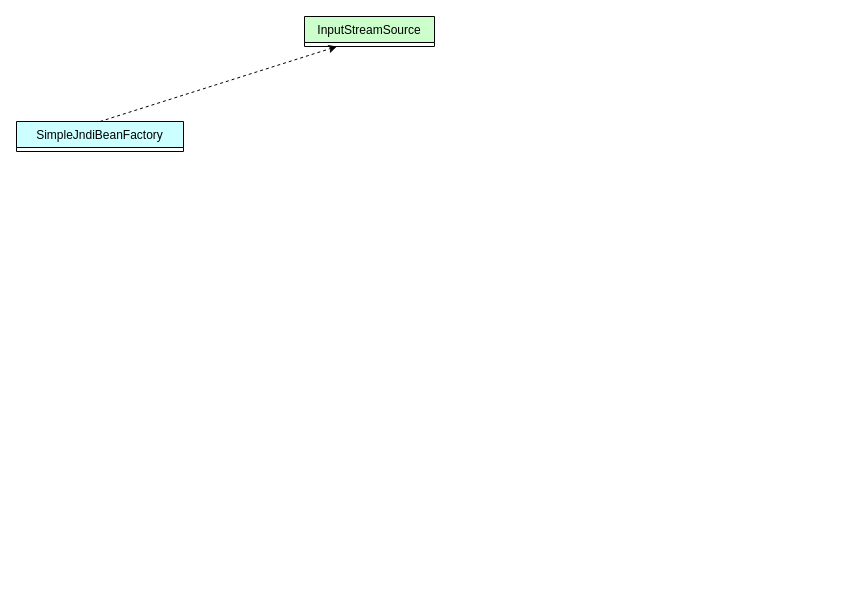
MuggleStar/draw_io keeps this draw.io diagram as spring/BeanFactory.drawio. Above is the earlier version. Source tidied: cells renumbered, new cells numbered last; positions are measured from the earlier drawing's top-left corner, leaving out a move shared by most shapes. Both pictures are drawn from the tidied source at 100%, with x=0, y=0 at pixel (16, 16).
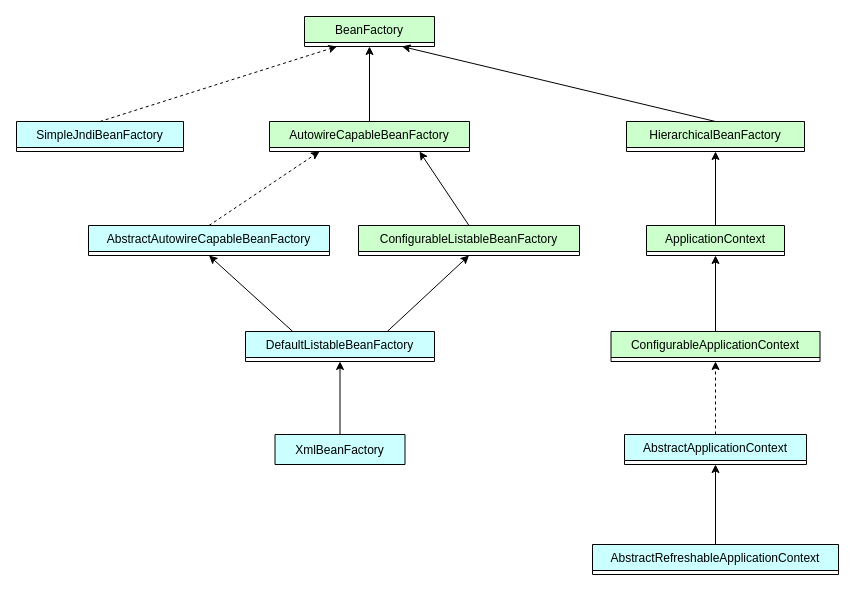
After the change.

What changed in the source:
```diff
@@
-    <mxCell id="2" value="InputStreamSource" style="swimlane;fontStyle=0;horizontal=1;startSize=26;fillColor=#CCFFCC;direction=east;strokeColor=default;swimlaneLine=1;glass=0;rounded=0;shadow=0;" parent="1" vertex="1" collapsed="1">
+    <mxCell id="2" value="BeanFactory" style="swimlane;fontStyle=0;horizontal=1;startSize=26;fillColor=#CCFFCC;direction=east;strokeColor=default;swimlaneLine=1;glass=0;rounded=0;shadow=0;" parent="1" vertex="1" collapsed="1">
       <mxGeometry x="288" width="130" height="30" as="geometry" />
     </mxCell>
+    <mxCell id="5" value="AbstractApplicationContext" style="swimlane;fontStyle=0;horizontal=1;startSize=26;fillColor=#CCFFFF;direction=east;strokeColor=default;swimlaneLine=1;glass=0;rounded=0;shadow=0;" parent="1" vertex="1" collapsed="1">
+      <mxGeometry x="608" y="418" width="182" height="30" as="geometry" />
+    </mxCell>
+    <mxCell id="6" value="AutowireCapableBeanFactory" style="swimlane;fontStyle=0;horizontal=1;startSize=26;fillColor=#CCFFCC;direction=east;strokeColor=default;swimlaneLine=1;glass=0;rounded=0;shadow=0;" parent="1" vertex="1" collapsed="1">
+      <mxGeometry x="253" y="105" width="200" height="30" as="geometry" />
+    </mxCell>
+    <mxCell id="7" value="HierarchicalBeanFactory" style="swimlane;fontStyle=0;horizontal=1;startSize=26;fillColor=#CCFFCC;direction=east;strokeColor=default;swimlaneLine=1;glass=0;rounded=0;shadow=0;" parent="1" vertex="1" collapsed="1">
+      <mxGeometry x="610" y="105" width="178" height="30" as="geometry" />
+    </mxCell>
+    <mxCell id="8" value="ApplicationContext" style="swimlane;fontStyle=0;horizontal=1;startSize=26;fillColor=#CCFFCC;direction=east;strokeColor=default;swimlaneLine=1;glass=0;rounded=0;shadow=0;" parent="1" vertex="1" collapsed="1">
+      <mxGeometry x="630" y="209" width="138" height="30" as="geometry" />
+    </mxCell>
+    <mxCell id="9" value="ConfigurableApplicationContext" style="swimlane;fontStyle=0;horizontal=1;startSize=26;fillColor=#CCFFCC;direction=east;strokeColor=default;swimlaneLine=1;glass=0;rounded=0;shadow=0;" parent="1" vertex="1" collapsed="1">
+      <mxGeometry x="594.5" y="315" width="209" height="30" as="geometry" />
+    </mxCell>
+    <mxCell id="10" value="AbstractRefreshableApplicationContext" style="swimlane;fontStyle=0;horizontal=1;startSize=26;fillColor=#CCFFFF;direction=east;strokeColor=default;swimlaneLine=1;glass=0;rounded=0;shadow=0;" parent="1" vertex="1" collapsed="1">
+      <mxGeometry x="576" y="528" width="246" height="30" as="geometry" />
+    </mxCell>
@@
+    <mxCell id="11" value="ConfigurableListableBeanFactory" style="swimlane;fontStyle=0;horizontal=1;startSize=26;fillColor=#CCFFCC;direction=east;strokeColor=default;swimlaneLine=1;glass=0;rounded=0;shadow=0;" parent="1" vertex="1" collapsed="1">
+      <mxGeometry x="342" y="209" width="221" height="30" as="geometry" />
+    </mxCell>
+    <mxCell id="12" value="AbstractAutowireCapableBeanFactory" style="swimlane;fontStyle=0;horizontal=1;startSize=26;fillColor=#CCFFFF;direction=east;strokeColor=default;swimlaneLine=1;glass=0;rounded=0;shadow=0;" parent="1" vertex="1" collapsed="1">
+      <mxGeometry x="72" y="209" width="241" height="30" as="geometry" />
+    </mxCell>
+    <mxCell id="13" value="DefaultListableBeanFactory" style="swimlane;fontStyle=0;horizontal=1;startSize=26;fillColor=#CCFFFF;direction=east;strokeColor=default;swimlaneLine=1;glass=0;rounded=0;shadow=0;" parent="1" vertex="1" collapsed="1">
+      <mxGeometry x="229" y="315" width="189" height="30" as="geometry" />
+    </mxCell>
+    <mxCell id="14" value="XmlBeanFactory" style="swimlane;fontStyle=0;horizontal=1;startSize=30;fillColor=#CCFFFF;direction=east;strokeColor=default;swimlaneLine=1;glass=0;rounded=0;shadow=0;" parent="1" vertex="1" collapsed="1">
+      <mxGeometry x="258.5" y="418" width="130" height="30" as="geometry" />
+    </mxCell>
+    <mxCell id="15" style="endArrow=classic;html=1;rounded=0;exitX=0.5;exitY=0;exitDx=0;exitDy=0;entryX=0.5;entryY=1;entryDx=0;entryDy=0;" parent="1" edge="1" source="10" target="5">
+      <mxGeometry relative="1" as="geometry" />
+    </mxCell>
+    <mxCell id="16" style="endArrow=classic;html=1;rounded=0;exitX=0.5;exitY=0;exitDx=0;exitDy=0;entryX=0.5;entryY=1;entryDx=0;entryDy=0;dashed=1;" parent="1" edge="1" source="5" target="9">
+      <mxGeometry relative="1" as="geometry" />
+    </mxCell>
+    <mxCell id="17" style="endArrow=classic;html=1;rounded=0;exitX=0.5;exitY=0;exitDx=0;exitDy=0;entryX=0.5;entryY=1;entryDx=0;entryDy=0;" parent="1" edge="1" source="9" target="8">
+      <mxGeometry relative="1" as="geometry" />
+    </mxCell>
+    <mxCell id="18" style="endArrow=classic;html=1;rounded=0;exitX=0.5;exitY=0;exitDx=0;exitDy=0;entryX=0.5;entryY=1;entryDx=0;entryDy=0;" parent="1" edge="1" source="8" target="7">
+      <mxGeometry relative="1" as="geometry" />
+    </mxCell>
+    <mxCell id="19" style="endArrow=classic;html=1;rounded=0;exitX=0.5;exitY=0;exitDx=0;exitDy=0;" parent="1" edge="1" source="14" target="13">
+      <mxGeometry relative="1" as="geometry" />
+    </mxCell>
+    <mxCell id="20" style="endArrow=classic;html=1;rounded=0;exitX=0.75;exitY=0;exitDx=0;exitDy=0;entryX=0.5;entryY=1;entryDx=0;entryDy=0;" parent="1" edge="1" source="13" target="11">
+      <mxGeometry relative="1" as="geometry" />
+    </mxCell>
+    <mxCell id="21" style="endArrow=classic;html=1;rounded=0;exitX=0.25;exitY=0;exitDx=0;exitDy=0;entryX=0.5;entryY=1;entryDx=0;entryDy=0;" parent="1" edge="1" source="13" target="12">
+      <mxGeometry relative="1" as="geometry" />
+    </mxCell>
+    <mxCell id="22" style="endArrow=classic;html=1;rounded=0;exitX=0.5;exitY=0;exitDx=0;exitDy=0;entryX=0.75;entryY=1;entryDx=0;entryDy=0;" parent="1" edge="1" source="11" target="6">
+      <mxGeometry relative="1" as="geometry" />
+    </mxCell>
+    <mxCell id="23" style="endArrow=classic;html=1;rounded=0;exitX=0.5;exitY=0;exitDx=0;exitDy=0;entryX=0.25;entryY=1;entryDx=0;entryDy=0;dashed=1;" parent="1" edge="1" source="12" target="6">
+      <mxGeometry relative="1" as="geometry" />
+    </mxCell>
+    <mxCell id="24" style="endArrow=classic;html=1;rounded=0;exitX=0.5;exitY=0;exitDx=0;exitDy=0;entryX=0.75;entryY=1;entryDx=0;entryDy=0;" parent="1" edge="1" source="7" target="2">
+      <mxGeometry relative="1" as="geometry" />
+    </mxCell>
+    <mxCell id="25" style="endArrow=classic;html=1;rounded=0;exitX=0.5;exitY=0;exitDx=0;exitDy=0;entryX=0.5;entryY=1;entryDx=0;entryDy=0;" parent="1" edge="1" source="6" target="2">
+      <mxGeometry relative="1" as="geometry" />
+    </mxCell>
```
